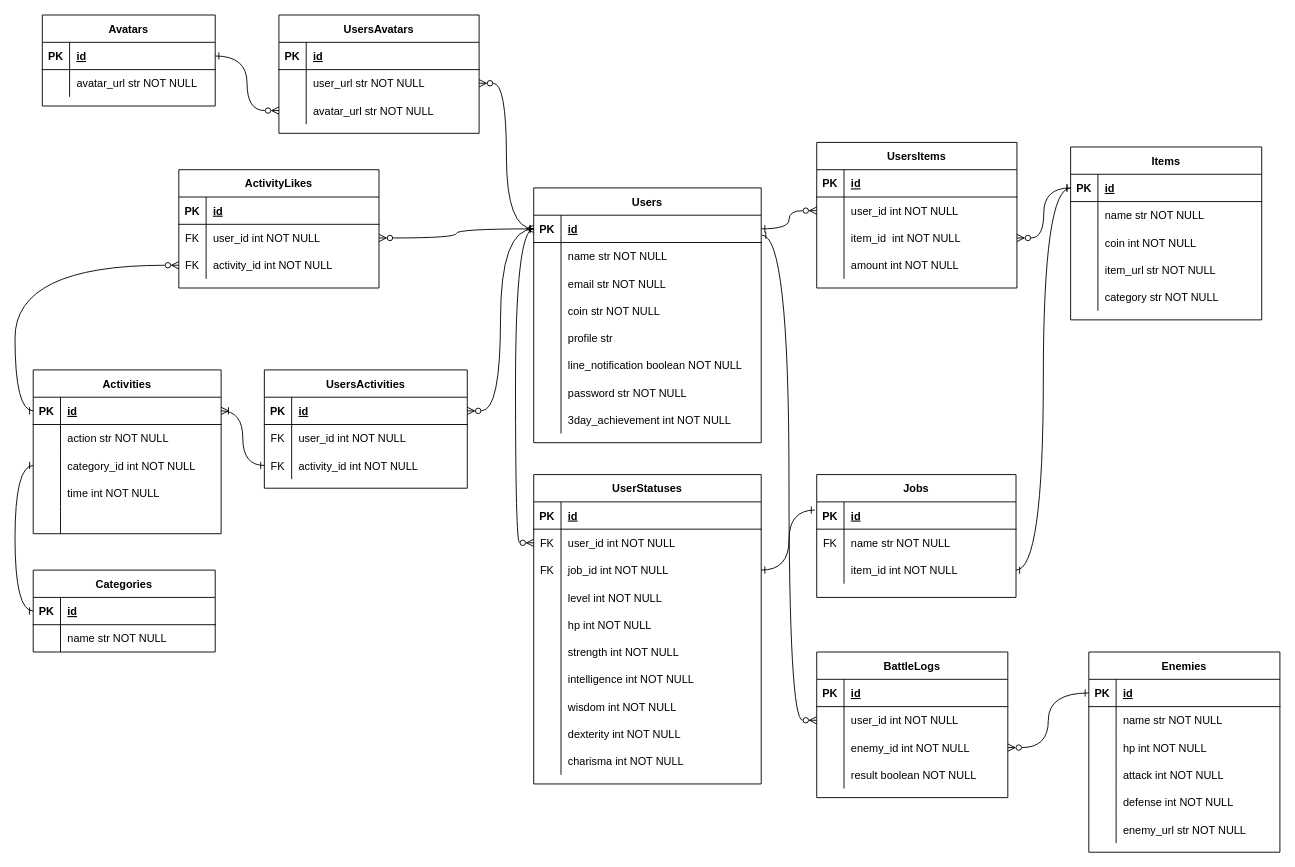
The draw.io diagram MAO_ER.drawio in MaTTalv001/MAO_the_3rd_Day, before the edit. Source tidied: cells renumbered, new cells numbered last; positions are measured from the earlier drawing's top-left corner, leaving out a move shared by most shapes. Both pictures are drawn from the tidied source at 91%, with x=0, y=0 at pixel (33, 15).
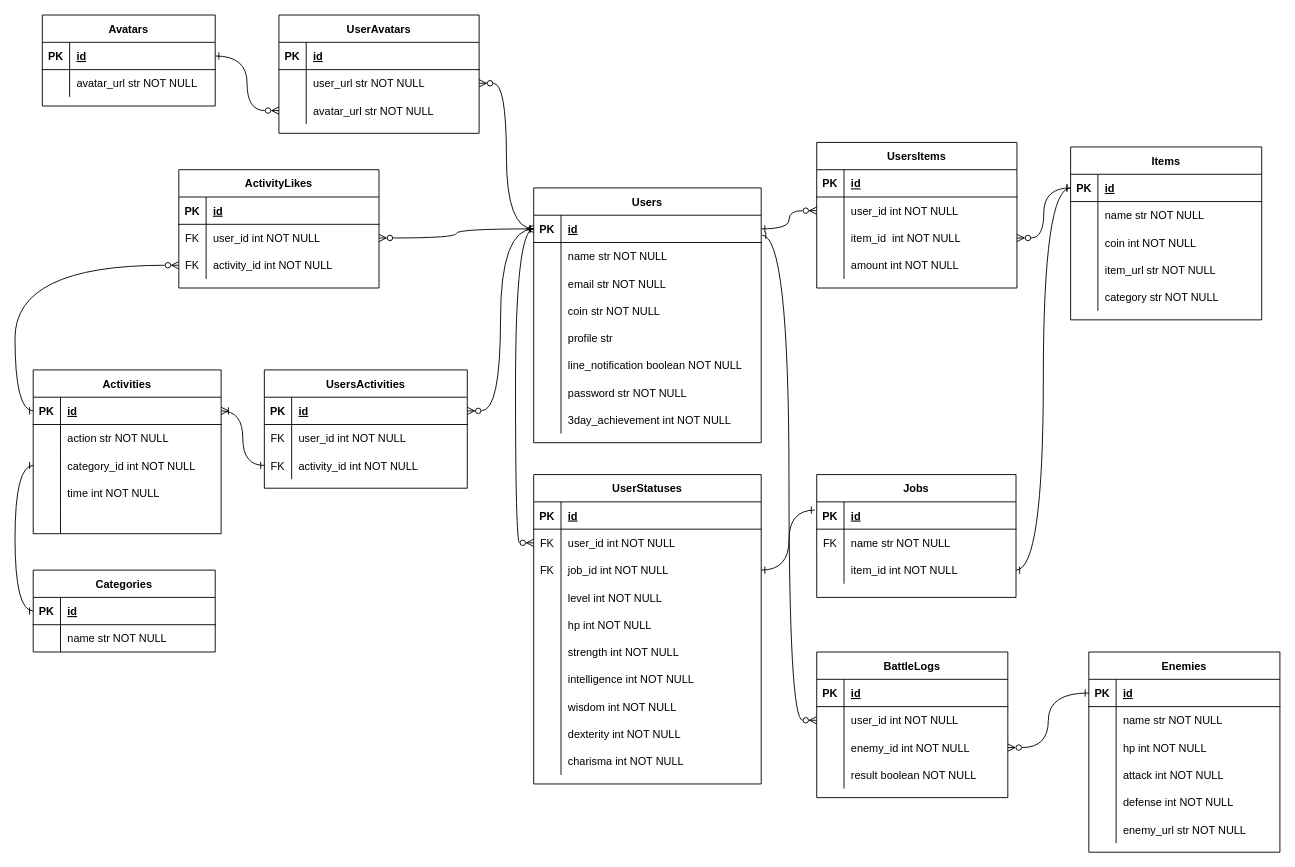
Above is the later version.

Commit message:
MAO_ER.drawio を更新します

The edit, as a diff of the source:
```diff
@@
-    <mxCell id="104" value="UsersAvatars" style="shape=table;startSize=30;childLayout=tableLayout;rowLines=0;fontStyle=1;align=center;" parent="1" vertex="1">
+    <mxCell id="104" value="UserAvatars" style="shape=table;startSize=30;childLayout=tableLayout;rowLines=0;fontStyle=1;align=center;" parent="1" vertex="1">
       <mxGeometry x="270" width="220" height="130" as="geometry" />
     </mxCell>
```
